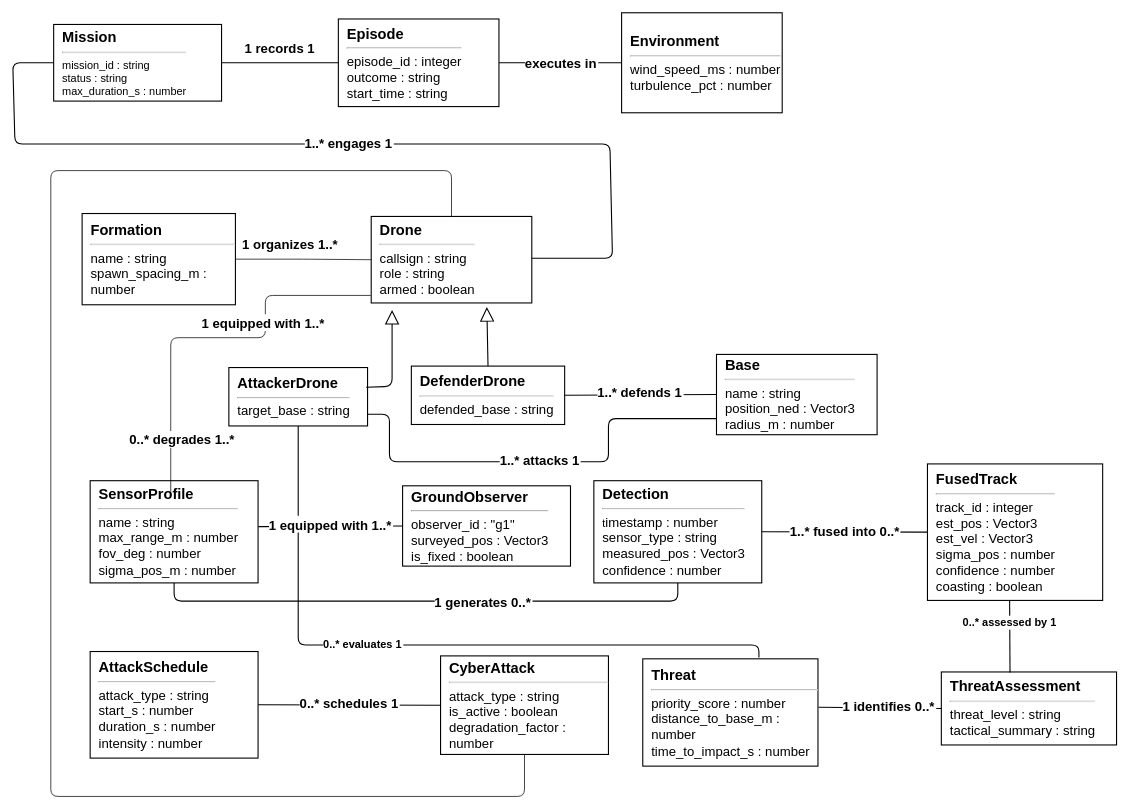
Above: 07_domain_model.drawio in syedmohammad611/diagrams (draw.io), before the change. Source tidied: cells renumbered, new cells numbered last; positions are measured from the earlier drawing's top-left corner, leaving out a move shared by most shapes. Both pictures are drawn from the tidied source at 73%, with x=0, y=0 at pixel (12, 12).
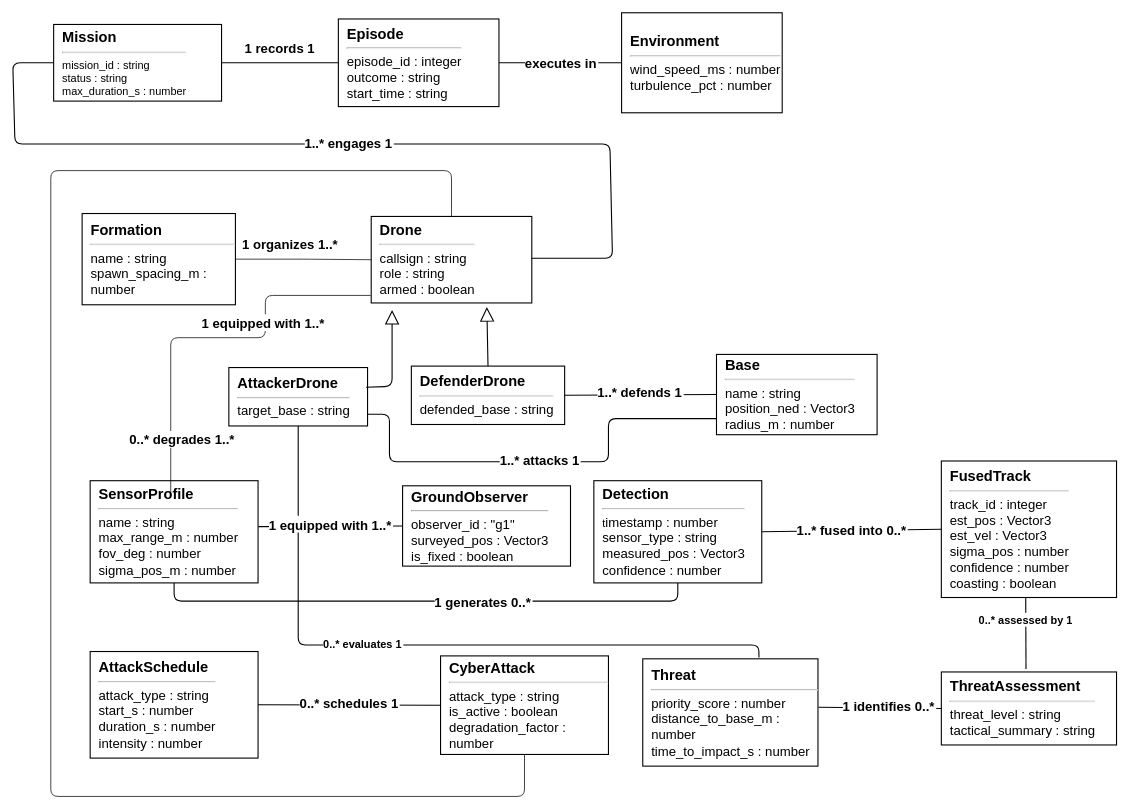
The same diagram, later.

Unchanged cells that the change refers to:
```xml
<mxCell id="14" value="&lt;font style=&quot;font-size: 20px;&quot;&gt;&lt;b&gt;ThreatAssessment&lt;/b&gt;&lt;br&gt;&lt;/font&gt;&lt;hr&gt;&lt;font style=&quot;font-size: 18px;&quot;&gt;threat_level : string&lt;br&gt;tactical_summary : string&lt;/font&gt;" style="whiteSpace=wrap;html=1;fillColor=none;strokeColor=#000000;strokeWidth=1.5;fontFamily=Helvetica;fontColor=#000000;fontSize=15;align=left;spacingLeft=10;" parent="1" vertex="1">
  <mxGeometry x="1272" y="903" width="240" height="100" as="geometry" />
</mxCell>
```

What changed in the source:
```diff
@@
     <mxCell id="13" value="&lt;b&gt;&lt;font style=&quot;font-size: 20px;&quot;&gt;FusedTrack&lt;/font&gt;&lt;/b&gt;&lt;br&gt;&lt;hr&gt;&lt;font style=&quot;font-size: 18px;&quot;&gt;track_id : integer&lt;br&gt;est_pos : Vector3&lt;br&gt;est_vel : Vector3&lt;br&gt;sigma_pos : number&lt;br&gt;confidence : number&lt;br&gt;coasting : boolean&lt;/font&gt;" style="whiteSpace=wrap;html=1;fillColor=none;strokeColor=#000000;strokeWidth=1.5;fontFamily=Helvetica;fontColor=#000000;fontSize=15;align=left;spacingLeft=10;" parent="1" vertex="1">
-      <mxGeometry x="1253" y="618" width="240" height="187" as="geometry" />
+      <mxGeometry x="1272" y="614" width="240" height="187" as="geometry" />
     </mxCell>
@@
-    <mxCell id="29" value="0..*     assessed by     1" style="endArrow=none;strokeColor=#000000;strokeWidth=1.5;fontFamily=Helvetica;fontSize=15;fontColor=#000000;exitX=0.469;exitY=1.001;entryX=0.392;entryY=0.009;fontStyle=1;labelBackgroundColor=#FFFFFF;verticalAlign=bottom;spacingBottom=8;spacingLeft=10;spacingRight=10;exitDx=0;exitDy=0;entryDx=0;entryDy=0;entryPerimeter=0;exitPerimeter=0;" parent="1" edge="1" source="13" target="14">
-      <mxGeometry relative="1" as="geometry" />
+    <mxCell id="29" value="0..*     assessed by     1" style="endArrow=none;strokeColor=#000000;strokeWidth=1.5;fontFamily=Helvetica;fontSize=15;fontColor=#000000;exitX=0.469;exitY=1.001;fontStyle=1;labelBackgroundColor=#FFFFFF;verticalAlign=bottom;spacingBottom=8;spacingLeft=10;spacingRight=10;exitDx=0;exitDy=0;exitPerimeter=0;" parent="1" edge="1">
+      <mxGeometry relative="1" as="geometry">
+        <mxPoint x="1387.6" y="801.2" as="sourcePoint" />
+        <mxPoint x="1388" y="899" as="targetPoint" />
+      </mxGeometry>
     </mxCell>
```
